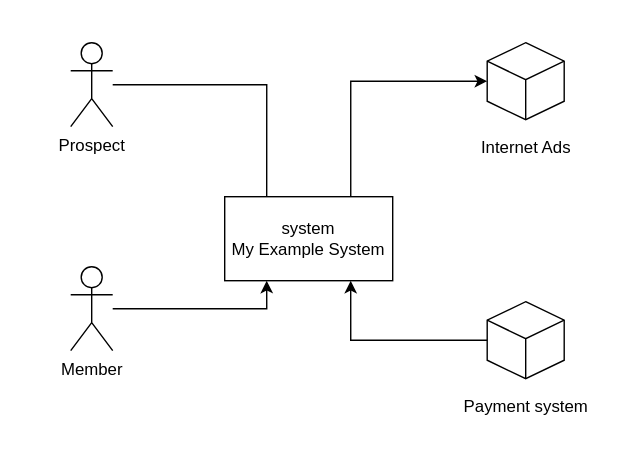
The draw.io diagram documentation/diagrams/Systemcontext-diagram.svg in smartkanak/markdown-doc, before a commit. Source tidied: cells renumbered, new cells last; positions are measured from the earlier drawing's top-left corner, leaving out a move shared by most shapes. Source of this version:
```xml
<mxGraphModel>
  <root>
    <mxCell id="0" />
    <mxCell id="1" parent="0" />
    <mxCell id="2" style="rounded=0;whiteSpace=wrap;html=1;strokeColor=none;fillColor=#FFFFFF;" parent="1" vertex="1">
      <mxGeometry width="460" height="330" as="geometry" />
    </mxCell>
    <mxCell id="3" value="system&lt;br&gt;My Example System" style="rounded=0;whiteSpace=wrap;html=1;" parent="1" vertex="1">
      <mxGeometry x="160" y="140" width="120" height="60" as="geometry" />
    </mxCell>
    <mxCell id="4" style="edgeStyle=orthogonalEdgeStyle;rounded=0;jettySize=auto;html=1;entryX=0.25;entryY=0;entryDx=0;entryDy=0;endArrow=none;endFill=0;" parent="1" edge="1" source="5" target="3">
      <mxGeometry relative="1" as="geometry" />
    </mxCell>
    <mxCell id="5" value="Prospect" style="shape=umlActor;verticalLabelPosition=bottom;verticalAlign=top;html=1;outlineConnect=0;" parent="1" vertex="1">
      <mxGeometry x="50" y="30" width="30" height="60" as="geometry" />
    </mxCell>
    <mxCell id="6" style="edgeStyle=orthogonalEdgeStyle;rounded=0;jettySize=auto;html=1;entryX=0.25;entryY=1;entryDx=0;entryDy=0;" parent="1" edge="1" source="7" target="3">
      <mxGeometry relative="1" as="geometry" />
    </mxCell>
    <mxCell id="7" value="Member" style="shape=umlActor;verticalLabelPosition=bottom;verticalAlign=top;html=1;outlineConnect=0;" parent="1" vertex="1">
      <mxGeometry x="50" y="190" width="30" height="60" as="geometry" />
    </mxCell>
    <mxCell id="8" style="group;" parent="1" vertex="1">
      <mxGeometry x="330" y="30" width="90" height="90" as="geometry" />
    </mxCell>
    <mxCell id="9" style="html=1;shape=mxgraph.basic.isocube;isoAngle=15;" parent="8" vertex="1">
      <mxGeometry x="17.5" width="55" height="55" as="geometry" />
    </mxCell>
    <mxCell id="10" value="Internet Ads" style="text;html=1;align=center;verticalAlign=middle;strokeColor=none;fillColor=none;" parent="8" vertex="1">
      <mxGeometry y="60" width="90" height="30" as="geometry" />
    </mxCell>
    <mxCell id="11" style="group;" parent="1" vertex="1">
      <mxGeometry x="330" y="215" width="100" height="90" as="geometry" />
    </mxCell>
    <mxCell id="12" style="html=1;shape=mxgraph.basic.isocube;isoAngle=15;" parent="11" vertex="1">
      <mxGeometry x="17.5" width="55" height="55" as="geometry" />
    </mxCell>
    <mxCell id="13" value="Payment system" style="text;html=1;align=center;verticalAlign=middle;strokeColor=none;fillColor=none;" parent="11" vertex="1">
      <mxGeometry x="-10" y="60" width="110" height="30" as="geometry" />
    </mxCell>
    <mxCell id="14" style="edgeStyle=orthogonalEdgeStyle;rounded=0;jettySize=auto;html=1;entryX=0;entryY=0.5;entryDx=0;entryDy=0;entryPerimeter=0;" parent="1" edge="1" source="3" target="9">
      <mxGeometry relative="1" as="geometry">
        <Array as="points">
          <mxPoint x="250" y="58" />
        </Array>
      </mxGeometry>
    </mxCell>
    <mxCell id="15" style="edgeStyle=orthogonalEdgeStyle;rounded=0;jettySize=auto;html=1;entryX=0.75;entryY=1;entryDx=0;entryDy=0;" parent="1" edge="1" source="12" target="3">
      <mxGeometry relative="1" as="geometry" />
    </mxCell>
  </root>
</mxGraphModel>
```
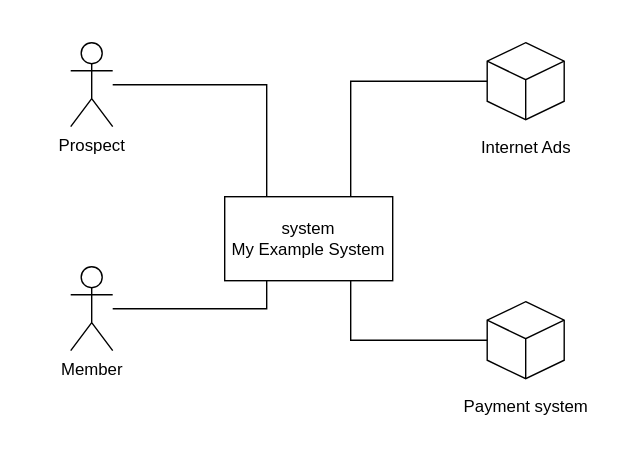
The same diagram one commit later.

Commit message:
remove arrow heads

Diff of the diagram source:
```diff
@@ -2,7 +2,7 @@
   <root>
     <mxCell id="0" />
     <mxCell id="1" parent="0" />
-    <mxCell id="2" style="rounded=0;whiteSpace=wrap;html=1;strokeColor=none;fillColor=#FFFFFF;" parent="1" vertex="1">
+    <mxCell id="2" style="rounded=0;whiteSpace=wrap;html=1;strokeColor=none;fillColor=#ffffff;fillStyle=solid;" parent="1" vertex="1">
       <mxGeometry width="460" height="330" as="geometry" />
     </mxCell>
     <mxCell id="3" value="system&lt;br&gt;My Example System" style="rounded=0;whiteSpace=wrap;html=1;" parent="1" vertex="1">
@@ -14,7 +14,7 @@
     <mxCell id="5" value="Prospect" style="shape=umlActor;verticalLabelPosition=bottom;verticalAlign=top;html=1;outlineConnect=0;" parent="1" vertex="1">
       <mxGeometry x="50" y="30" width="30" height="60" as="geometry" />
     </mxCell>
-    <mxCell id="6" style="edgeStyle=orthogonalEdgeStyle;rounded=0;jettySize=auto;html=1;entryX=0.25;entryY=1;entryDx=0;entryDy=0;" parent="1" edge="1" source="7" target="3">
+    <mxCell id="6" style="edgeStyle=orthogonalEdgeStyle;rounded=0;jettySize=auto;html=1;entryX=0.25;entryY=1;entryDx=0;entryDy=0;endArrow=none;endFill=0;" parent="1" edge="1" source="7" target="3">
       <mxGeometry relative="1" as="geometry" />
     </mxCell>
     <mxCell id="7" value="Member" style="shape=umlActor;verticalLabelPosition=bottom;verticalAlign=top;html=1;outlineConnect=0;" parent="1" vertex="1">
@@ -38,14 +38,14 @@
     <mxCell id="13" value="Payment system" style="text;html=1;align=center;verticalAlign=middle;strokeColor=none;fillColor=none;" parent="11" vertex="1">
       <mxGeometry x="-10" y="60" width="110" height="30" as="geometry" />
     </mxCell>
-    <mxCell id="14" style="edgeStyle=orthogonalEdgeStyle;rounded=0;jettySize=auto;html=1;entryX=0;entryY=0.5;entryDx=0;entryDy=0;entryPerimeter=0;" parent="1" edge="1" source="3" target="9">
+    <mxCell id="14" style="edgeStyle=orthogonalEdgeStyle;rounded=0;jettySize=auto;html=1;entryX=0;entryY=0.5;entryDx=0;entryDy=0;entryPerimeter=0;endArrow=none;endFill=0;" parent="1" edge="1" source="3" target="9">
       <mxGeometry relative="1" as="geometry">
         <Array as="points">
           <mxPoint x="250" y="58" />
         </Array>
       </mxGeometry>
     </mxCell>
-    <mxCell id="15" style="edgeStyle=orthogonalEdgeStyle;rounded=0;jettySize=auto;html=1;entryX=0.75;entryY=1;entryDx=0;entryDy=0;" parent="1" edge="1" source="12" target="3">
+    <mxCell id="15" style="edgeStyle=orthogonalEdgeStyle;rounded=0;jettySize=auto;html=1;entryX=0.75;entryY=1;entryDx=0;entryDy=0;endArrow=none;endFill=0;" parent="1" edge="1" source="12" target="3">
       <mxGeometry relative="1" as="geometry" />
     </mxCell>
   </root>
```
